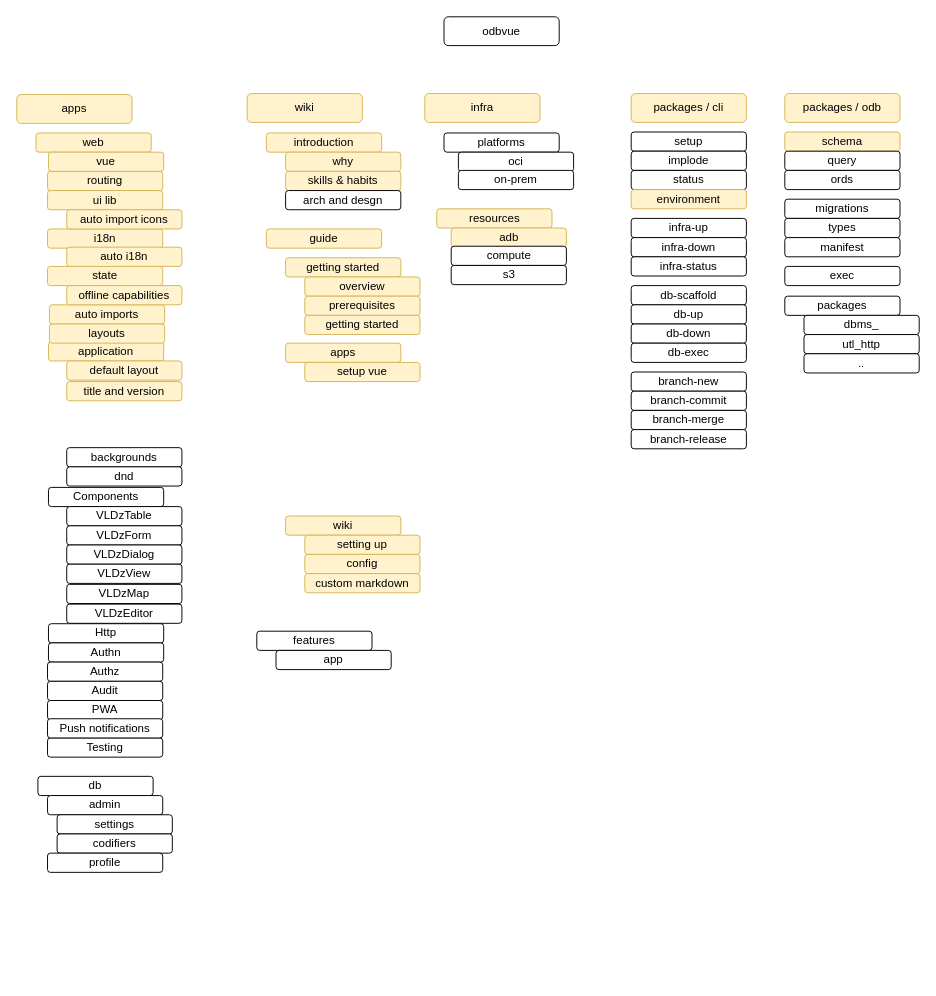
Above: roadmap.drawio in odbvue/odbvue (draw.io), before the change. Source tidied: cells renumbered, new cells numbered last; positions are measured from the earlier drawing's top-left corner, leaving out a move shared by most shapes. Both pictures are drawn from the tidied source at 96%, with x=0, y=0 at pixel (16, 16).
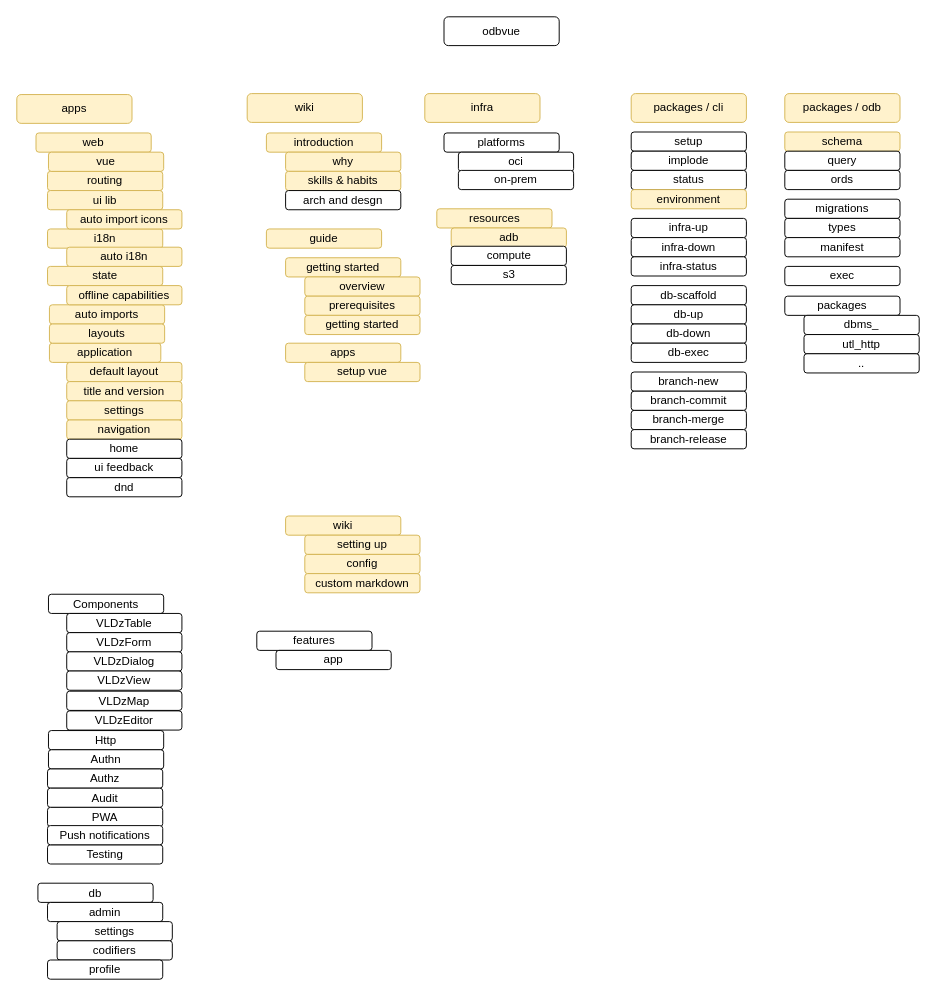
Above is the later version.

Commit message (it also covers changes not shown here):
feat(apps): application - navigation

What changed in the source:
```diff
@@
     <mxCell id="37" value="db" style="rounded=1;whiteSpace=wrap;html=1;" parent="1" vertex="1">
-      <mxGeometry x="22" y="791.2" width="120" height="20" as="geometry" />
+      <mxGeometry x="22" y="902.5" width="120" height="20" as="geometry" />
     </mxCell>
     <mxCell id="38" value="admin" style="rounded=1;whiteSpace=wrap;html=1;" parent="1" vertex="1">
-      <mxGeometry x="32" y="811.2" width="120" height="20" as="geometry" />
+      <mxGeometry x="32" y="922.5" width="120" height="20" as="geometry" />
     </mxCell>
     <mxCell id="39" value="settings" style="rounded=1;whiteSpace=wrap;html=1;" parent="1" vertex="1">
-      <mxGeometry x="42" y="831.2" width="120" height="20" as="geometry" />
+      <mxGeometry x="42" y="942.5" width="120" height="20" as="geometry" />
     </mxCell>
     <mxCell id="40" value="codifiers" style="rounded=1;whiteSpace=wrap;html=1;" parent="1" vertex="1">
-      <mxGeometry x="42" y="851.2" width="120" height="20" as="geometry" />
+      <mxGeometry x="42" y="962.5" width="120" height="20" as="geometry" />
     </mxCell>
@@
     <mxCell id="52" value="Testing" style="rounded=1;whiteSpace=wrap;html=1;" parent="1" vertex="1">
-      <mxGeometry x="32" y="751.2" width="120" height="20" as="geometry" />
+      <mxGeometry x="32" y="862.5" width="120" height="20" as="geometry" />
     </mxCell>
     <mxCell id="53" value="Components" style="rounded=1;whiteSpace=wrap;html=1;" parent="1" vertex="1">
-      <mxGeometry x="33" y="490.2" width="120" height="20" as="geometry" />
+      <mxGeometry x="33" y="601.5" width="120" height="20" as="geometry" />
     </mxCell>
     <mxCell id="54" value="VLDzTable" style="rounded=1;whiteSpace=wrap;html=1;" parent="1" vertex="1">
-      <mxGeometry x="52" y="510.2" width="120" height="20" as="geometry" />
+      <mxGeometry x="52" y="621.5" width="120" height="20" as="geometry" />
     </mxCell>
     <mxCell id="55" value="VLDzForm" style="rounded=1;whiteSpace=wrap;html=1;" parent="1" vertex="1">
-      <mxGeometry x="52" y="530.2" width="120" height="20" as="geometry" />
+      <mxGeometry x="52" y="641.5" width="120" height="20" as="geometry" />
     </mxCell>
     <mxCell id="56" value="VLDzDialog" style="rounded=1;whiteSpace=wrap;html=1;" parent="1" vertex="1">
-      <mxGeometry x="52" y="550.2" width="120" height="20" as="geometry" />
+      <mxGeometry x="52" y="661.5" width="120" height="20" as="geometry" />
     </mxCell>
     <mxCell id="57" value="Http" style="rounded=1;whiteSpace=wrap;html=1;" parent="1" vertex="1">
-      <mxGeometry x="33" y="632.2" width="120" height="20" as="geometry" />
+      <mxGeometry x="33" y="743.5" width="120" height="20" as="geometry" />
     </mxCell>
     <mxCell id="58" value="Authn" style="rounded=1;whiteSpace=wrap;html=1;" parent="1" vertex="1">
-      <mxGeometry x="33" y="652.2" width="120" height="20" as="geometry" />
+      <mxGeometry x="33" y="763.5" width="120" height="20" as="geometry" />
     </mxCell>
@@
     <mxCell id="60" value="VLDzView" style="rounded=1;whiteSpace=wrap;html=1;" parent="1" vertex="1">
-      <mxGeometry x="52" y="570.2" width="120" height="20" as="geometry" />
+      <mxGeometry x="52" y="681.5" width="120" height="20" as="geometry" />
     </mxCell>
     <mxCell id="61" value="VLDzMap" style="rounded=1;whiteSpace=wrap;html=1;" parent="1" vertex="1">
-      <mxGeometry x="52" y="591.2" width="120" height="20" as="geometry" />
+      <mxGeometry x="52" y="702.5" width="120" height="20" as="geometry" />
     </mxCell>
     <mxCell id="62" value="Authz" style="rounded=1;whiteSpace=wrap;html=1;" parent="1" vertex="1">
-      <mxGeometry x="32" y="672.2" width="120" height="20" as="geometry" />
+      <mxGeometry x="32" y="783.5" width="120" height="20" as="geometry" />
     </mxCell>
     <mxCell id="63" value="Audit" style="rounded=1;whiteSpace=wrap;html=1;" parent="1" vertex="1">
-      <mxGeometry x="32" y="692.2" width="120" height="20" as="geometry" />
+      <mxGeometry x="32" y="803.5" width="120" height="20" as="geometry" />
     </mxCell>
     <mxCell id="64" value="PWA" style="rounded=1;whiteSpace=wrap;html=1;" parent="1" vertex="1">
-      <mxGeometry x="32" y="712.2" width="120" height="20" as="geometry" />
+      <mxGeometry x="32" y="823.5" width="120" height="20" as="geometry" />
     </mxCell>
     <mxCell id="65" value="VLDzEditor" style="rounded=1;whiteSpace=wrap;html=1;" parent="1" vertex="1">
-      <mxGeometry x="52" y="611.8" width="120" height="20" as="geometry" />
+      <mxGeometry x="52" y="723" width="120" height="20" as="geometry" />
     </mxCell>
     <mxCell id="66" value="Push notifications" style="rounded=1;whiteSpace=wrap;html=1;" parent="1" vertex="1">
-      <mxGeometry x="32" y="731.2" width="120" height="20" as="geometry" />
+      <mxGeometry x="32" y="842.5" width="120" height="20" as="geometry" />
     </mxCell>
@@
     <mxCell id="69" value="profile" style="rounded=1;whiteSpace=wrap;html=1;" parent="1" vertex="1">
-      <mxGeometry x="32" y="871.2" width="120" height="20" as="geometry" />
+      <mxGeometry x="32" y="982.5" width="120" height="20" as="geometry" />
     </mxCell>
@@
     <mxCell id="86" value="application" style="rounded=1;whiteSpace=wrap;html=1;fillColor=#fff2cc;strokeColor=#d6b656;" parent="1" vertex="1">
-      <mxGeometry x="33" y="338.5" width="120" height="20" as="geometry" />
+      <mxGeometry x="34" y="340" width="116" height="20" as="geometry" />
     </mxCell>
@@
-    <mxCell id="89" value="backgrounds" style="rounded=1;whiteSpace=wrap;html=1;" parent="1" vertex="1">
-      <mxGeometry x="52" y="448.8" width="120" height="20" as="geometry" />
-    </mxCell>
     <mxCell id="90" value="dnd" style="rounded=1;whiteSpace=wrap;html=1;" parent="1" vertex="1">
-      <mxGeometry x="52" y="468.8" width="120" height="20" as="geometry" />
+      <mxGeometry x="52" y="480" width="120" height="20" as="geometry" />
     </mxCell>
     <mxCell id="91" value="default layout" style="rounded=1;whiteSpace=wrap;html=1;fillColor=#fff2cc;strokeColor=#d6b656;" parent="1" vertex="1">
-      <mxGeometry x="52" y="358.5" width="120" height="20" as="geometry" />
+      <mxGeometry x="52" y="360" width="120" height="20" as="geometry" />
     </mxCell>
@@
+    <mxCell id="93" value="settings" style="rounded=1;whiteSpace=wrap;html=1;fillColor=#fff2cc;strokeColor=#d6b656;" parent="1" vertex="1">
+      <mxGeometry x="52" y="400" width="120" height="20" as="geometry" />
+    </mxCell>
+    <mxCell id="94" value="navigation" style="rounded=1;whiteSpace=wrap;html=1;fillColor=#fff2cc;strokeColor=#d6b656;" parent="1" vertex="1">
+      <mxGeometry x="52" y="420" width="120" height="20" as="geometry" />
+    </mxCell>
+    <mxCell id="95" value="home" style="rounded=1;whiteSpace=wrap;html=1;" parent="1" vertex="1">
+      <mxGeometry x="52" y="440" width="120" height="20" as="geometry" />
+    </mxCell>
+    <mxCell id="96" value="ui feedback" style="rounded=1;whiteSpace=wrap;html=1;" parent="1" vertex="1">
+      <mxGeometry x="52" y="460" width="120" height="20" as="geometry" />
+    </mxCell>
```
